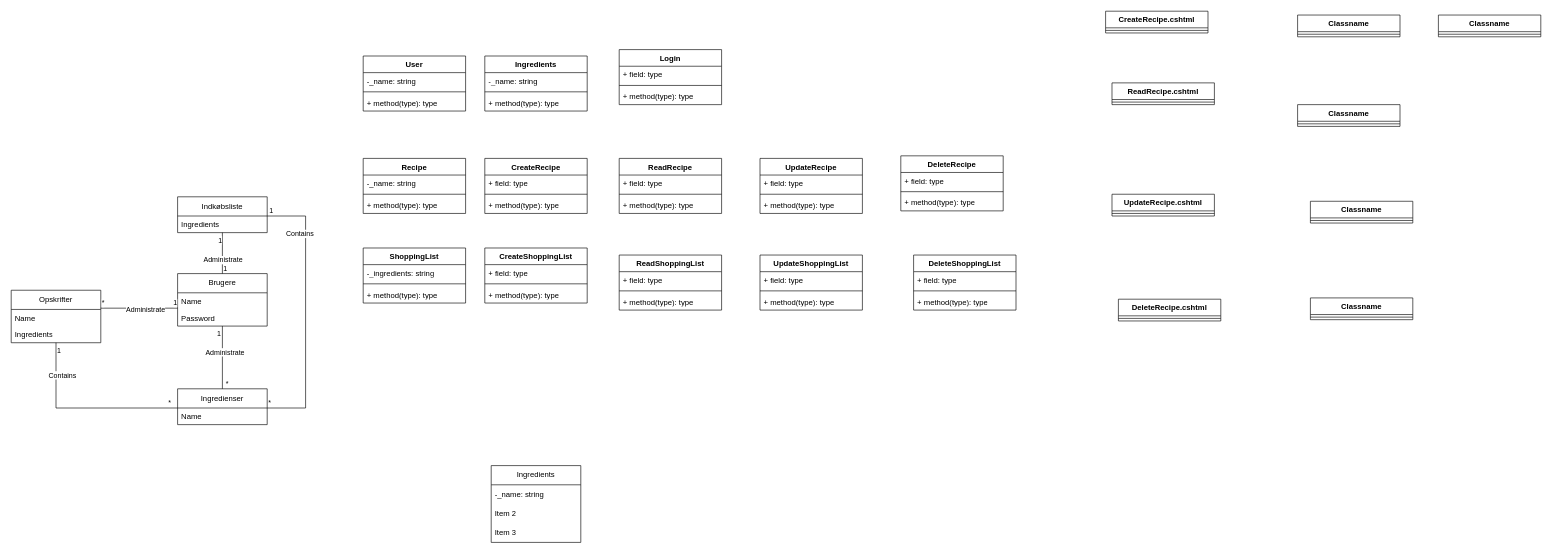
Before: HandleLetDomain.drawio in JaisAndersen/HandleLet, a draw.io diagram. Source tidied: cells renumbered, new cells numbered last; positions are measured from the earlier drawing's top-left corner, leaving out a move shared by most shapes. Both pictures are drawn from the tidied source at 64%, with x=0, y=0 at pixel (11, 11).
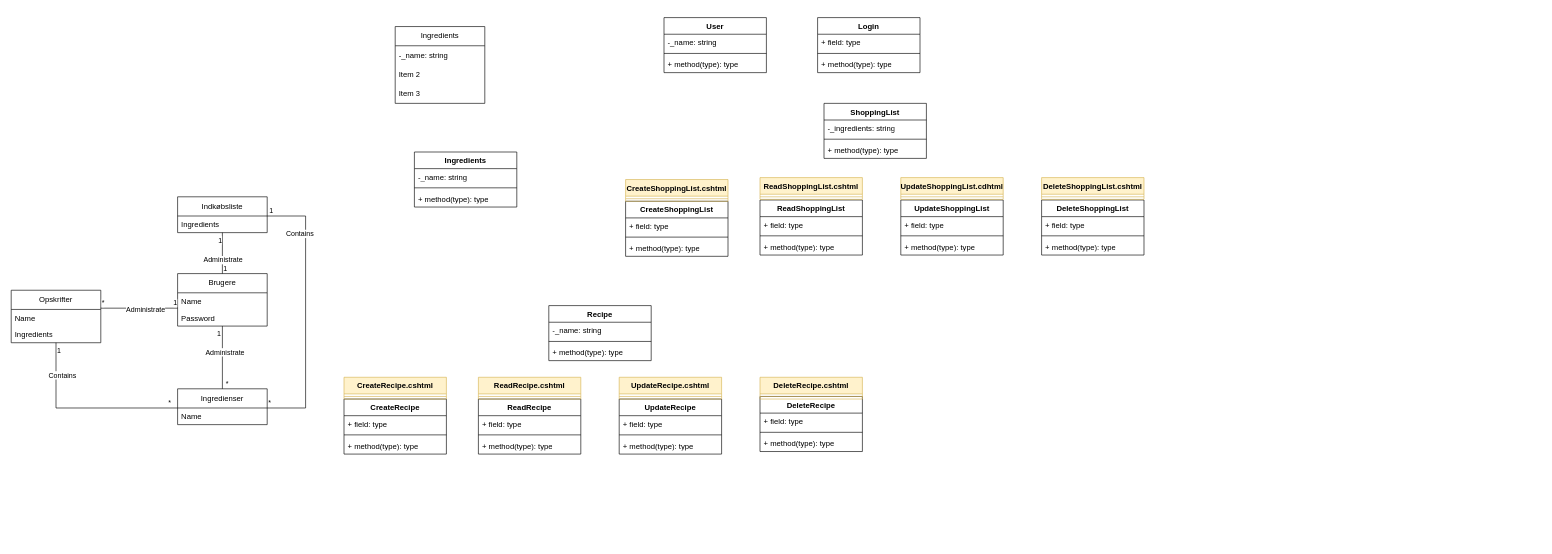
After the change.

Diff of the diagram source:
```diff
@@
     <mxCell id="32" value="Ingredients" style="swimlane;fontStyle=0;horizontal=1;startSize=30;whiteSpace=wrap;html=1;" parent="1" vertex="1">
-      <mxGeometry x="750" y="710" width="140" height="120" as="geometry" />
+      <mxGeometry x="600" y="24" width="140" height="120" as="geometry" />
     </mxCell>
@@
     <mxCell id="36" value="CreateRecipe" style="swimlane;fontStyle=1;align=center;verticalAlign=top;horizontal=1;startSize=26;whiteSpace=wrap;html=1;" parent="1" vertex="1">
-      <mxGeometry x="740" y="230" width="160" height="86" as="geometry" />
+      <mxGeometry x="520" y="606" width="160" height="86" as="geometry" />
     </mxCell>
@@
     <mxCell id="40" value="ReadRecipe" style="swimlane;fontStyle=1;align=center;verticalAlign=top;horizontal=1;startSize=26;whiteSpace=wrap;html=1;" parent="1" vertex="1">
-      <mxGeometry x="950" y="230" width="160" height="86" as="geometry" />
+      <mxGeometry x="730" y="606" width="160" height="86" as="geometry" />
     </mxCell>
@@
     <mxCell id="44" value="UpdateRecipe" style="swimlane;fontStyle=1;align=center;verticalAlign=top;horizontal=1;startSize=26;whiteSpace=wrap;html=1;" parent="1" vertex="1">
-      <mxGeometry x="1170" y="230" width="160" height="86" as="geometry" />
+      <mxGeometry x="950" y="606" width="160" height="86" as="geometry" />
     </mxCell>
@@
     <mxCell id="48" value="DeleteRecipe" style="swimlane;fontStyle=1;align=center;verticalAlign=top;horizontal=1;startSize=26;whiteSpace=wrap;html=1;" parent="1" vertex="1">
-      <mxGeometry x="1390" y="226" width="160" height="86" as="geometry" />
+      <mxGeometry x="1170" y="602" width="160" height="86" as="geometry" />
     </mxCell>
@@
     <mxCell id="52" value="CreateShoppingList" style="swimlane;fontStyle=1;align=center;verticalAlign=top;horizontal=1;startSize=26;whiteSpace=wrap;html=1;" parent="1" vertex="1">
-      <mxGeometry x="740" y="370" width="160" height="86" as="geometry" />
+      <mxGeometry x="960" y="297" width="160" height="86" as="geometry" />
     </mxCell>
@@
     <mxCell id="56" value="ReadShoppingList" style="swimlane;fontStyle=1;align=center;verticalAlign=top;horizontal=1;startSize=26;whiteSpace=wrap;html=1;" parent="1" vertex="1">
-      <mxGeometry x="950" y="381" width="160" height="86" as="geometry" />
+      <mxGeometry x="1170" y="295" width="160" height="86" as="geometry" />
     </mxCell>
@@
     <mxCell id="60" value="UpdateShoppingList" style="swimlane;fontStyle=1;align=center;verticalAlign=top;horizontal=1;startSize=26;whiteSpace=wrap;html=1;" parent="1" vertex="1">
-      <mxGeometry x="1170" y="381" width="160" height="86" as="geometry" />
+      <mxGeometry x="1390" y="295" width="160" height="86" as="geometry" />
     </mxCell>
@@
     <mxCell id="64" value="DeleteShoppingList" style="swimlane;fontStyle=1;align=center;verticalAlign=top;horizontal=1;startSize=26;whiteSpace=wrap;html=1;" parent="1" vertex="1">
-      <mxGeometry x="1410" y="381" width="160" height="86" as="geometry" />
+      <mxGeometry x="1610" y="295" width="160" height="86" as="geometry" />
     </mxCell>
@@
     <mxCell id="68" value="User" style="swimlane;fontStyle=1;align=center;verticalAlign=top;horizontal=1;startSize=26;whiteSpace=wrap;html=1;" parent="1" vertex="1">
-      <mxGeometry x="550" y="70" width="160" height="86" as="geometry" />
+      <mxGeometry x="1020" y="10" width="160" height="86" as="geometry" />
     </mxCell>
@@
     <mxCell id="72" value="Ingredients" style="swimlane;fontStyle=1;align=center;verticalAlign=top;horizontal=1;startSize=26;whiteSpace=wrap;html=1;" parent="1" vertex="1">
-      <mxGeometry x="740" y="70" width="160" height="86" as="geometry" />
+      <mxGeometry x="630" y="220" width="160" height="86" as="geometry" />
     </mxCell>
@@
     <mxCell id="76" value="ShoppingList" style="swimlane;fontStyle=1;align=center;verticalAlign=top;horizontal=1;startSize=26;whiteSpace=wrap;html=1;" parent="1" vertex="1">
-      <mxGeometry x="550" y="370" width="160" height="86" as="geometry" />
+      <mxGeometry x="1270" y="144" width="160" height="86" as="geometry" />
     </mxCell>
@@
     <mxCell id="80" value="Recipe" style="swimlane;fontStyle=1;align=center;verticalAlign=top;horizontal=1;startSize=26;whiteSpace=wrap;html=1;" parent="1" vertex="1">
-      <mxGeometry x="550" y="230" width="160" height="86" as="geometry" />
+      <mxGeometry x="840" y="460" width="160" height="86" as="geometry" />
     </mxCell>
@@
     <mxCell id="84" value="Login" style="swimlane;fontStyle=1;align=center;verticalAlign=top;horizontal=1;startSize=26;whiteSpace=wrap;html=1;" parent="1" vertex="1">
-      <mxGeometry x="950" y="60" width="160" height="86" as="geometry" />
+      <mxGeometry x="1260" y="10" width="160" height="86" as="geometry" />
     </mxCell>
@@
-    <mxCell id="88" value="CreateRecipe.cshtml" style="swimlane;fontStyle=1;align=center;verticalAlign=top;horizontal=1;startSize=26;whiteSpace=wrap;html=1;" parent="1" vertex="1">
-      <mxGeometry x="1710" width="160" height="34" as="geometry" />
+    <mxCell id="88" value="CreateRecipe.cshtml" style="swimlane;fontStyle=1;align=center;verticalAlign=top;horizontal=1;startSize=26;whiteSpace=wrap;html=1;fillColor=#fff2cc;strokeColor=#d6b656;" parent="1" vertex="1">
+      <mxGeometry x="520" y="572" width="160" height="34" as="geometry" />
     </mxCell>
@@
-    <mxCell id="90" value="ReadRecipe.cshtml" style="swimlane;fontStyle=1;align=center;verticalAlign=top;horizontal=1;startSize=26;whiteSpace=wrap;html=1;" parent="1" vertex="1">
-      <mxGeometry x="1720" y="112" width="160" height="34" as="geometry" />
+    <mxCell id="90" value="ReadRecipe.cshtml" style="swimlane;fontStyle=1;align=center;verticalAlign=top;horizontal=1;startSize=26;whiteSpace=wrap;html=1;fillColor=#fff2cc;strokeColor=#d6b656;" parent="1" vertex="1">
+      <mxGeometry x="730" y="572" width="160" height="34" as="geometry" />
     </mxCell>
@@
-    <mxCell id="92" value="UpdateRecipe.cshtml" style="swimlane;fontStyle=1;align=center;verticalAlign=top;horizontal=1;startSize=26;whiteSpace=wrap;html=1;" parent="1" vertex="1">
-      <mxGeometry x="1720" y="286" width="160" height="34" as="geometry" />
+    <mxCell id="92" value="UpdateRecipe.cshtml" style="swimlane;fontStyle=1;align=center;verticalAlign=top;horizontal=1;startSize=26;whiteSpace=wrap;html=1;fillColor=#fff2cc;strokeColor=#d6b656;" parent="1" vertex="1">
+      <mxGeometry x="950" y="572" width="160" height="34" as="geometry" />
     </mxCell>
@@
-    <mxCell id="94" value="DeleteRecipe.cshtml" style="swimlane;fontStyle=1;align=center;verticalAlign=top;horizontal=1;startSize=26;whiteSpace=wrap;html=1;" parent="1" vertex="1">
-      <mxGeometry x="1730" y="450" width="160" height="34" as="geometry" />
+    <mxCell id="94" value="DeleteRecipe.cshtml" style="swimlane;fontStyle=1;align=center;verticalAlign=top;horizontal=1;startSize=26;whiteSpace=wrap;html=1;fillColor=#fff2cc;strokeColor=#d6b656;" parent="1" vertex="1">
+      <mxGeometry x="1170" y="572" width="160" height="34" as="geometry" />
     </mxCell>
@@
-    <mxCell id="96" value="Classname" style="swimlane;fontStyle=1;align=center;verticalAlign=top;horizontal=1;startSize=26;whiteSpace=wrap;html=1;" parent="1" vertex="1">
-      <mxGeometry x="2010" y="6" width="160" height="34" as="geometry" />
+    <mxCell id="96" value="CreateShoppingList.cshtml&lt;div&gt;&lt;br&gt;&lt;/div&gt;" style="swimlane;fontStyle=1;align=center;verticalAlign=top;horizontal=1;startSize=26;whiteSpace=wrap;html=1;fillColor=#fff2cc;strokeColor=#d6b656;" parent="1" vertex="1">
+      <mxGeometry x="960" y="263" width="160" height="34" as="geometry" />
     </mxCell>
@@
-    <mxCell id="98" value="Classname" style="swimlane;fontStyle=1;align=center;verticalAlign=top;horizontal=1;startSize=26;whiteSpace=wrap;html=1;" parent="1" vertex="1">
-      <mxGeometry x="2010" y="146" width="160" height="34" as="geometry" />
+    <mxCell id="98" value="ReadShoppingList.cshtml&lt;div&gt;&lt;br&gt;&lt;div&gt;&lt;br&gt;&lt;/div&gt;&lt;/div&gt;" style="swimlane;fontStyle=1;align=center;verticalAlign=top;horizontal=1;startSize=26;whiteSpace=wrap;html=1;fillColor=#fff2cc;strokeColor=#d6b656;" parent="1" vertex="1">
+      <mxGeometry x="1170" y="260" width="160" height="34" as="geometry" />
     </mxCell>
@@
-    <mxCell id="100" value="Classname" style="swimlane;fontStyle=1;align=center;verticalAlign=top;horizontal=1;startSize=26;whiteSpace=wrap;html=1;" parent="1" vertex="1">
-      <mxGeometry x="2030" y="297" width="160" height="34" as="geometry" />
+    <mxCell id="100" value="UpdateShoppingList.cdhtml&lt;div&gt;&lt;br&gt;&lt;/div&gt;" style="swimlane;fontStyle=1;align=center;verticalAlign=top;horizontal=1;startSize=26;whiteSpace=wrap;html=1;fillColor=#fff2cc;strokeColor=#d6b656;" parent="1" vertex="1">
+      <mxGeometry x="1390" y="260" width="160" height="34" as="geometry" />
     </mxCell>
@@
-    <mxCell id="102" value="Classname" style="swimlane;fontStyle=1;align=center;verticalAlign=top;horizontal=1;startSize=26;whiteSpace=wrap;html=1;" parent="1" vertex="1">
-      <mxGeometry x="2030" y="448" width="160" height="34" as="geometry" />
+    <mxCell id="102" value="DeleteShoppingList.cshtml&lt;div&gt;&lt;br&gt;&lt;/div&gt;" style="swimlane;fontStyle=1;align=center;verticalAlign=top;horizontal=1;startSize=26;whiteSpace=wrap;html=1;fillColor=#fff2cc;strokeColor=#d6b656;" parent="1" vertex="1">
+      <mxGeometry x="1610" y="260" width="160" height="34" as="geometry" />
     </mxCell>
@@
-    <mxCell id="104" value="Classname" style="swimlane;fontStyle=1;align=center;verticalAlign=top;horizontal=1;startSize=26;whiteSpace=wrap;html=1;" parent="1" vertex="1">
-      <mxGeometry x="2230" y="6" width="160" height="34" as="geometry" />
-    </mxCell>
-    <mxCell id="105" style="line;strokeWidth=1;fillColor=none;align=left;verticalAlign=middle;spacingTop=-1;spacingLeft=3;spacingRight=3;labelPosition=right;strokeColor=inherit;" parent="104" vertex="1">
-      <mxGeometry y="26" width="160" height="8" as="geometry" />
-    </mxCell>
```
